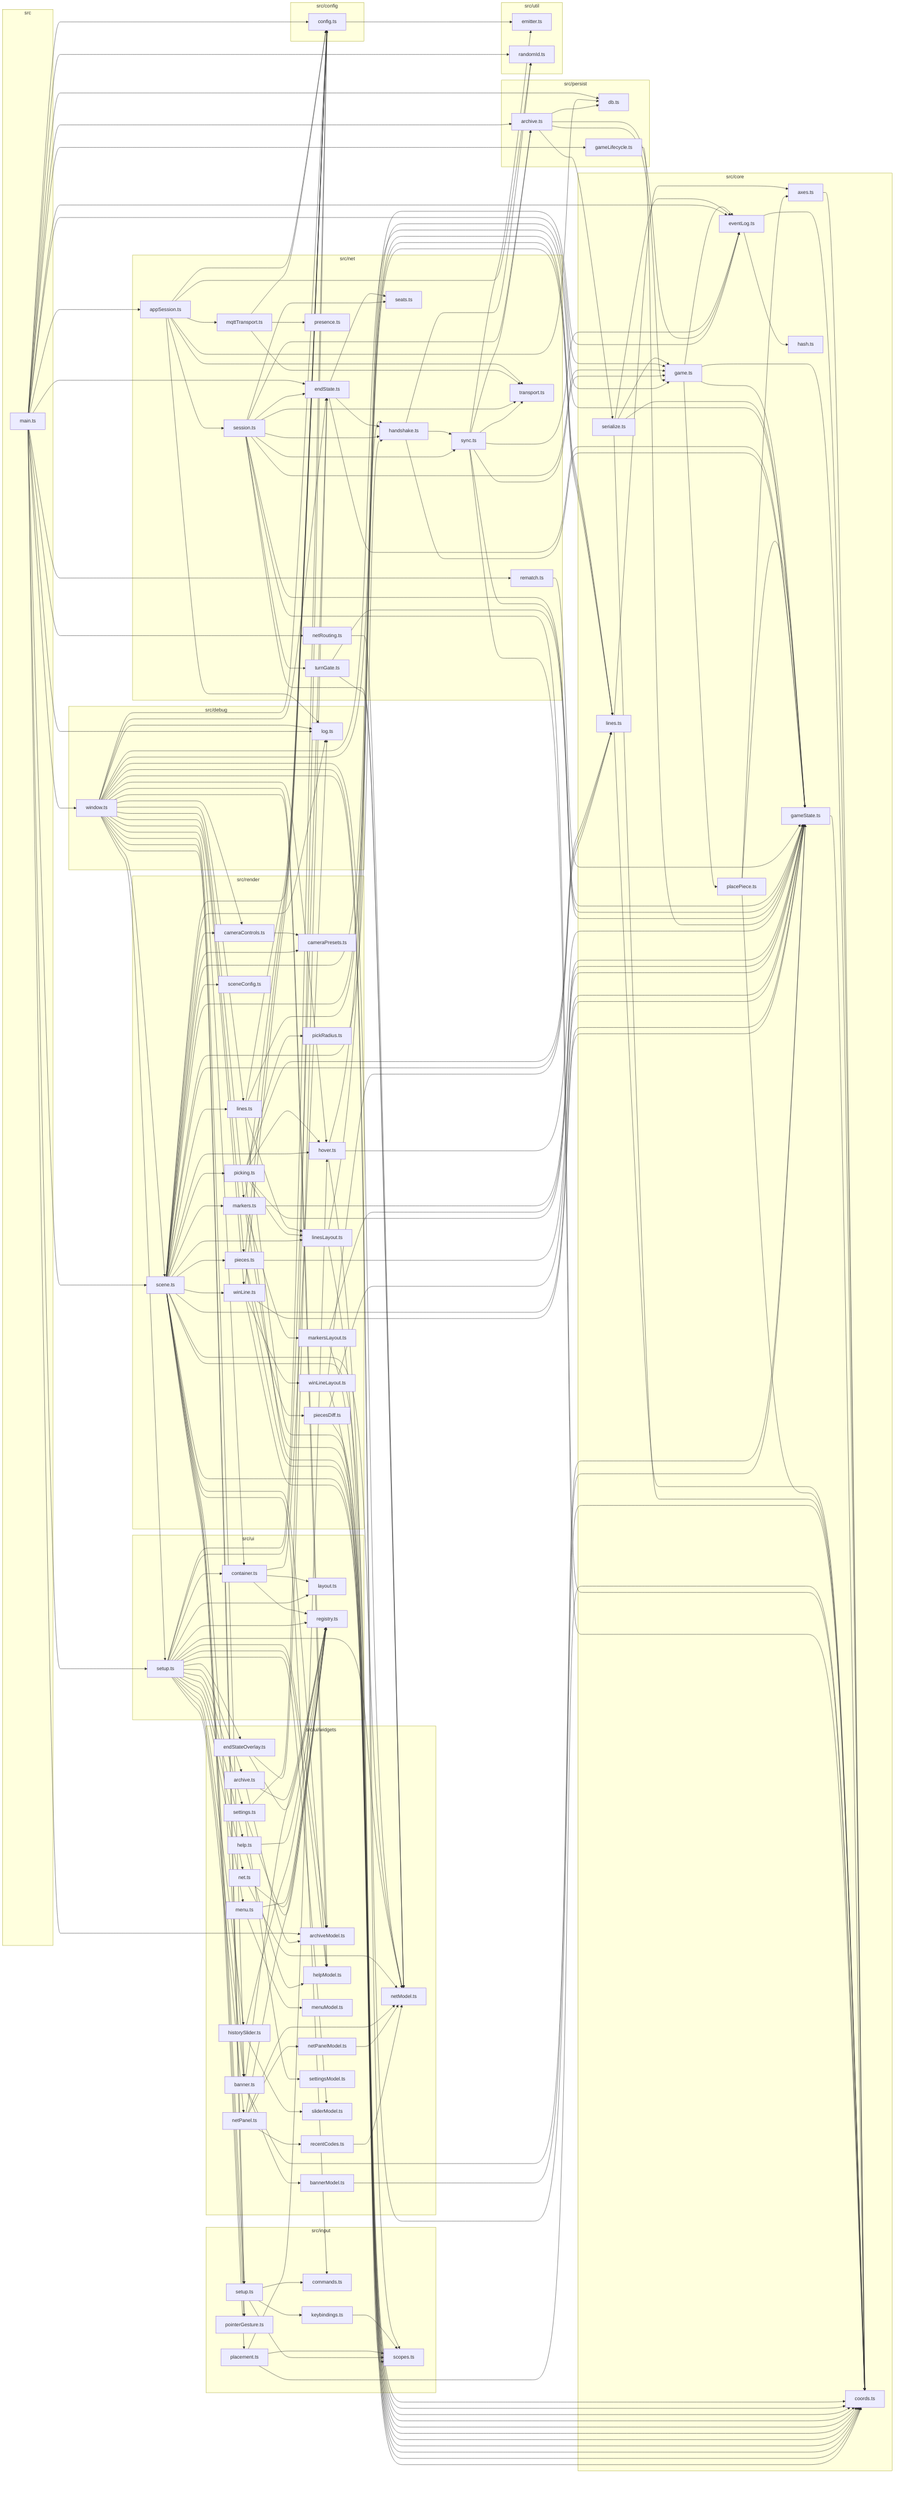
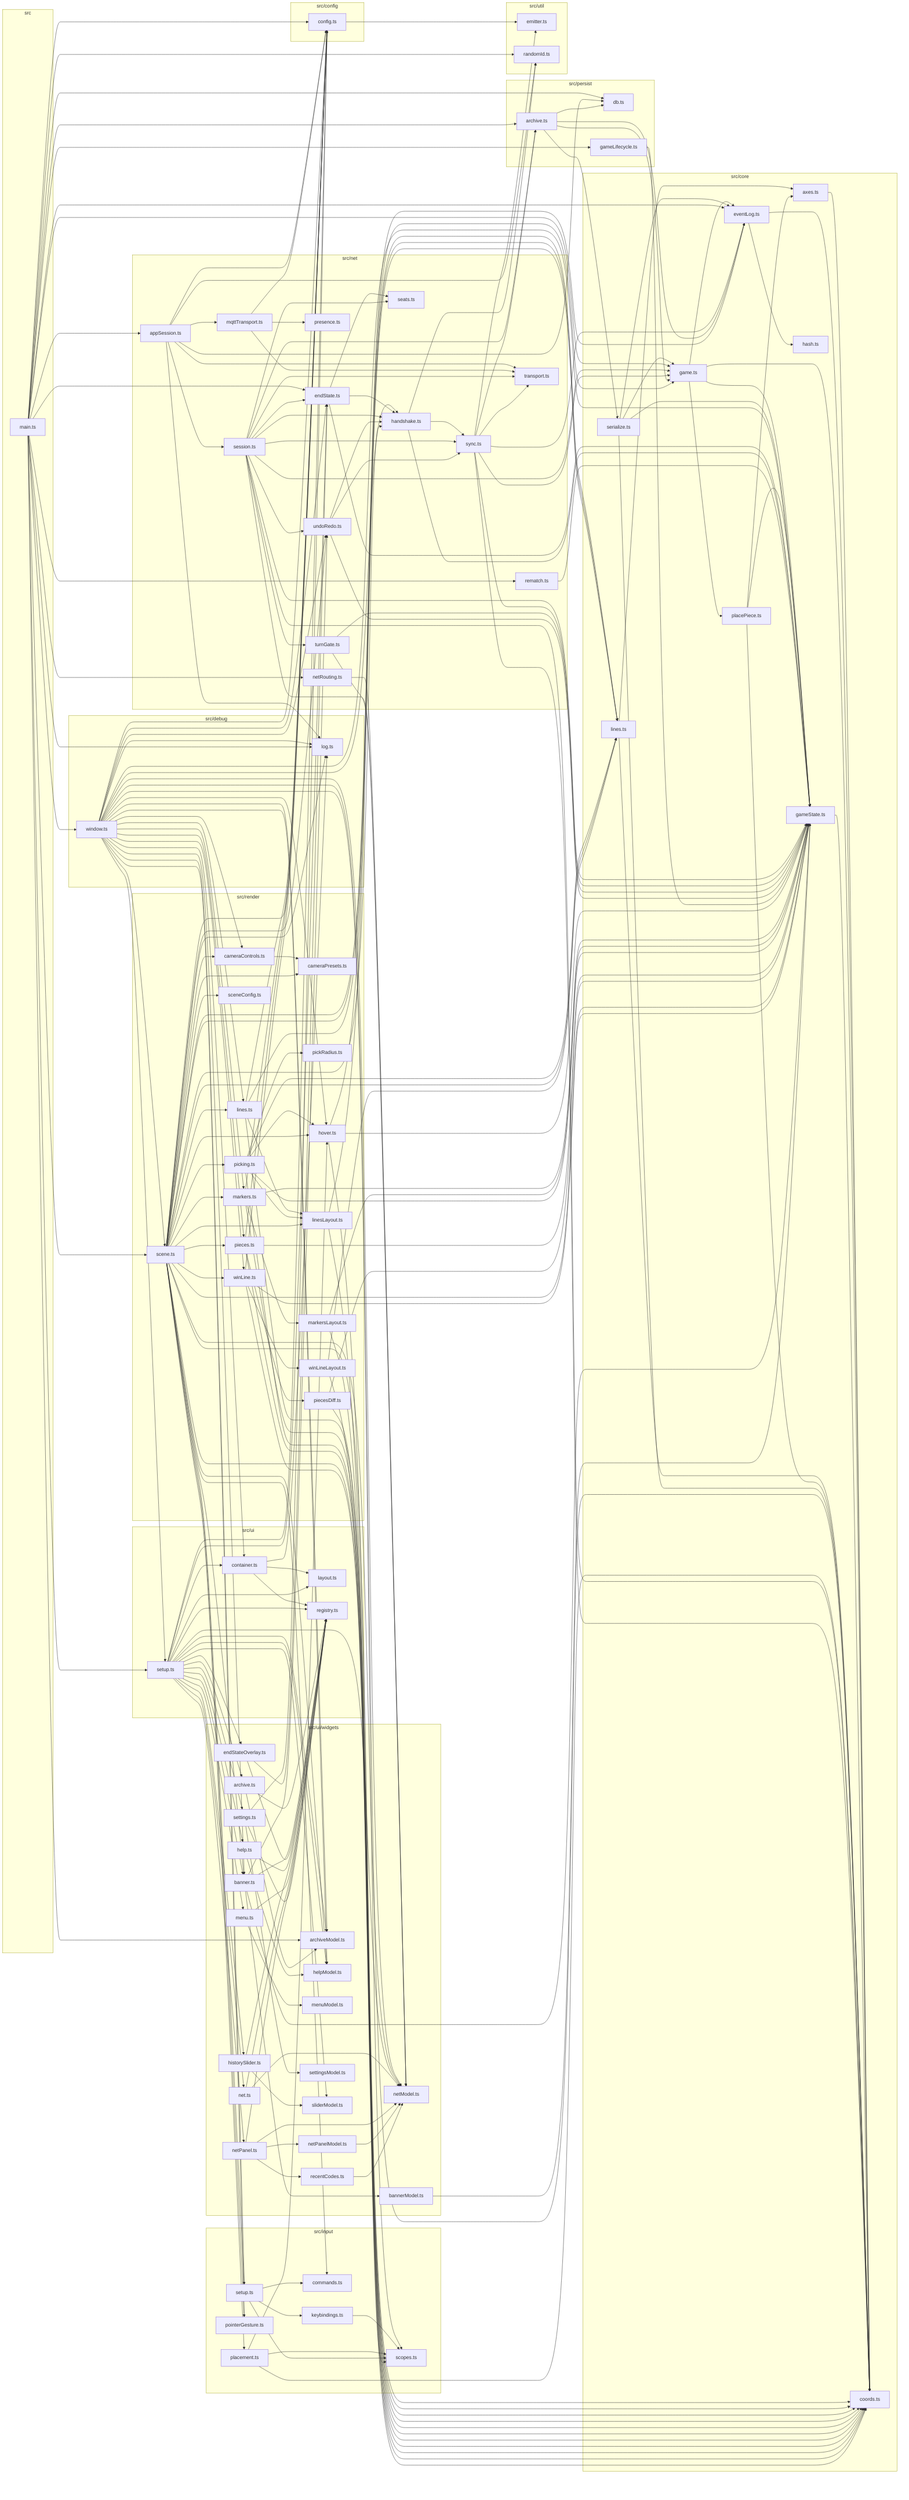
graph LR
    subgraph src
        src_main_ts["main.ts"]
    end
    subgraph src/config
        src_config_config_ts["config.ts"]
    end
    subgraph src/core
        src_core_axes_ts["axes.ts"]
        src_core_coords_ts["coords.ts"]
        src_core_eventLog_ts["eventLog.ts"]
        src_core_game_ts["game.ts"]
        src_core_gameState_ts["gameState.ts"]
        src_core_hash_ts["hash.ts"]
        src_core_lines_ts["lines.ts"]
        src_core_placePiece_ts["placePiece.ts"]
        src_core_serialize_ts["serialize.ts"]
    end
    subgraph src/debug
        src_debug_log_ts["log.ts"]
        src_debug_window_ts["window.ts"]
    end
    subgraph src/input
        src_input_commands_ts["commands.ts"]
        src_input_keybindings_ts["keybindings.ts"]
        src_input_placement_ts["placement.ts"]
        src_input_pointerGesture_ts["pointerGesture.ts"]
        src_input_scopes_ts["scopes.ts"]
        src_input_setup_ts["setup.ts"]
    end
    subgraph src/net
        src_net_appSession_ts["appSession.ts"]
        src_net_endState_ts["endState.ts"]
        src_net_handshake_ts["handshake.ts"]
        src_net_mqttTransport_ts["mqttTransport.ts"]
        src_net_netRouting_ts["netRouting.ts"]
        src_net_presence_ts["presence.ts"]
        src_net_rematch_ts["rematch.ts"]
        src_net_seats_ts["seats.ts"]
        src_net_session_ts["session.ts"]
        src_net_sync_ts["sync.ts"]
        src_net_transport_ts["transport.ts"]
        src_net_turnGate_ts["turnGate.ts"]
+         src_net_undoRedo_ts["undoRedo.ts"]
    end
    subgraph src/persist
        src_persist_archive_ts["archive.ts"]
        src_persist_db_ts["db.ts"]
        src_persist_gameLifecycle_ts["gameLifecycle.ts"]
    end
    subgraph src/render
        src_render_cameraControls_ts["cameraControls.ts"]
        src_render_cameraPresets_ts["cameraPresets.ts"]
        src_render_hover_ts["hover.ts"]
        src_render_lines_ts["lines.ts"]
        src_render_linesLayout_ts["linesLayout.ts"]
        src_render_markers_ts["markers.ts"]
        src_render_markersLayout_ts["markersLayout.ts"]
        src_render_pickRadius_ts["pickRadius.ts"]
        src_render_picking_ts["picking.ts"]
        src_render_pieces_ts["pieces.ts"]
        src_render_piecesDiff_ts["piecesDiff.ts"]
        src_render_scene_ts["scene.ts"]
        src_render_sceneConfig_ts["sceneConfig.ts"]
        src_render_winLine_ts["winLine.ts"]
        src_render_winLineLayout_ts["winLineLayout.ts"]
    end
    subgraph src/ui
        src_ui_container_ts["container.ts"]
        src_ui_layout_ts["layout.ts"]
        src_ui_registry_ts["registry.ts"]
        src_ui_setup_ts["setup.ts"]
    end
    subgraph src/ui/widgets
        src_ui_widgets_archive_ts["archive.ts"]
        src_ui_widgets_archiveModel_ts["archiveModel.ts"]
        src_ui_widgets_banner_ts["banner.ts"]
        src_ui_widgets_bannerModel_ts["bannerModel.ts"]
        src_ui_widgets_endStateOverlay_ts["endStateOverlay.ts"]
        src_ui_widgets_help_ts["help.ts"]
        src_ui_widgets_helpModel_ts["helpModel.ts"]
        src_ui_widgets_historySlider_ts["historySlider.ts"]
        src_ui_widgets_menu_ts["menu.ts"]
        src_ui_widgets_menuModel_ts["menuModel.ts"]
        src_ui_widgets_net_ts["net.ts"]
        src_ui_widgets_netModel_ts["netModel.ts"]
        src_ui_widgets_netPanel_ts["netPanel.ts"]
        src_ui_widgets_netPanelModel_ts["netPanelModel.ts"]
        src_ui_widgets_recentCodes_ts["recentCodes.ts"]
        src_ui_widgets_settings_ts["settings.ts"]
        src_ui_widgets_settingsModel_ts["settingsModel.ts"]
        src_ui_widgets_sliderModel_ts["sliderModel.ts"]
    end
    subgraph src/util
        src_util_emitter_ts["emitter.ts"]
        src_util_randomId_ts["randomId.ts"]
    end
    src_config_config_ts --> src_util_emitter_ts
    src_core_axes_ts --> src_core_coords_ts
    src_core_eventLog_ts --> src_core_coords_ts
    src_core_eventLog_ts --> src_core_hash_ts
    src_core_game_ts --> src_core_coords_ts
    src_core_game_ts --> src_core_eventLog_ts
    src_core_game_ts --> src_core_gameState_ts
    src_core_game_ts --> src_core_placePiece_ts
    src_core_gameState_ts --> src_core_coords_ts
    src_core_lines_ts --> src_core_axes_ts
    src_core_lines_ts --> src_core_coords_ts
    src_core_placePiece_ts --> src_core_axes_ts
    src_core_placePiece_ts --> src_core_coords_ts
    src_core_placePiece_ts --> src_core_gameState_ts
    src_core_serialize_ts --> src_core_coords_ts
    src_core_serialize_ts --> src_core_eventLog_ts
    src_core_serialize_ts --> src_core_game_ts
    src_core_serialize_ts --> src_core_gameState_ts
    src_debug_window_ts --> src_config_config_ts
    src_debug_window_ts --> src_core_coords_ts
    src_debug_window_ts --> src_core_gameState_ts
    src_debug_window_ts --> src_debug_log_ts
    src_debug_window_ts --> src_input_pointerGesture_ts
    src_debug_window_ts --> src_input_scopes_ts
    src_debug_window_ts --> src_input_setup_ts
    src_debug_window_ts --> src_net_endState_ts
    src_debug_window_ts --> src_net_handshake_ts
+     src_debug_window_ts --> src_net_undoRedo_ts
    src_debug_window_ts --> src_render_cameraControls_ts
    src_debug_window_ts --> src_render_hover_ts
    src_debug_window_ts --> src_render_lines_ts
    src_debug_window_ts --> src_render_markers_ts
    src_debug_window_ts --> src_render_pieces_ts
    src_debug_window_ts --> src_render_scene_ts
    src_debug_window_ts --> src_render_winLine_ts
    src_debug_window_ts --> src_ui_container_ts
    src_debug_window_ts --> src_ui_setup_ts
    src_debug_window_ts --> src_ui_widgets_archiveModel_ts
    src_debug_window_ts --> src_ui_widgets_banner_ts
    src_debug_window_ts --> src_ui_widgets_helpModel_ts
    src_debug_window_ts --> src_ui_widgets_netModel_ts
    src_input_keybindings_ts --> src_input_scopes_ts
    src_input_placement_ts --> src_core_coords_ts
    src_input_placement_ts --> src_input_scopes_ts
    src_input_placement_ts --> src_render_hover_ts
    src_input_setup_ts --> src_input_commands_ts
    src_input_setup_ts --> src_input_keybindings_ts
    src_input_setup_ts --> src_input_scopes_ts
    src_main_ts --> src_config_config_ts
    src_main_ts --> src_core_eventLog_ts
    src_main_ts --> src_core_game_ts
    src_main_ts --> src_debug_log_ts
    src_main_ts --> src_debug_window_ts
    src_main_ts --> src_net_appSession_ts
    src_main_ts --> src_net_endState_ts
    src_main_ts --> src_net_netRouting_ts
    src_main_ts --> src_net_rematch_ts
    src_main_ts --> src_persist_archive_ts
    src_main_ts --> src_persist_db_ts
    src_main_ts --> src_persist_gameLifecycle_ts
    src_main_ts --> src_render_scene_ts
    src_main_ts --> src_ui_setup_ts
    src_main_ts --> src_ui_widgets_archiveModel_ts
    src_main_ts --> src_util_randomId_ts
    src_net_appSession_ts --> src_config_config_ts
    src_net_appSession_ts --> src_debug_log_ts
    src_net_appSession_ts --> src_net_mqttTransport_ts
    src_net_appSession_ts --> src_net_session_ts
    src_net_appSession_ts --> src_net_transport_ts
    src_net_appSession_ts --> src_persist_db_ts
    src_net_appSession_ts --> src_util_randomId_ts
    src_net_endState_ts --> src_core_gameState_ts
    src_net_endState_ts --> src_net_handshake_ts
    src_net_endState_ts --> src_net_seats_ts
    src_net_handshake_ts --> src_core_gameState_ts
    src_net_handshake_ts --> src_net_sync_ts
    src_net_handshake_ts --> src_util_randomId_ts
    src_net_mqttTransport_ts --> src_config_config_ts
    src_net_mqttTransport_ts --> src_net_presence_ts
    src_net_mqttTransport_ts --> src_net_transport_ts
    src_net_netRouting_ts --> src_ui_widgets_netModel_ts
    src_net_rematch_ts --> src_core_gameState_ts
    src_net_session_ts --> src_core_coords_ts
    src_net_session_ts --> src_core_game_ts
    src_net_session_ts --> src_core_gameState_ts
    src_net_session_ts --> src_net_endState_ts
    src_net_session_ts --> src_net_handshake_ts
    src_net_session_ts --> src_net_seats_ts
    src_net_session_ts --> src_net_sync_ts
    src_net_session_ts --> src_net_transport_ts
    src_net_session_ts --> src_net_turnGate_ts
+     src_net_session_ts --> src_net_undoRedo_ts
    src_net_session_ts --> src_persist_archive_ts
    src_net_session_ts --> src_ui_widgets_netModel_ts
    src_net_sync_ts --> src_core_coords_ts
    src_net_sync_ts --> src_core_eventLog_ts
    src_net_sync_ts --> src_core_game_ts
    src_net_sync_ts --> src_core_gameState_ts
    src_net_sync_ts --> src_net_transport_ts
    src_net_sync_ts --> src_persist_archive_ts
    src_net_sync_ts --> src_util_emitter_ts
    src_net_turnGate_ts --> src_core_gameState_ts
    src_net_turnGate_ts --> src_ui_widgets_netModel_ts
+     src_net_undoRedo_ts --> src_core_gameState_ts
+     src_net_undoRedo_ts --> src_net_handshake_ts
+     src_net_undoRedo_ts --> src_net_sync_ts
    src_persist_archive_ts --> src_core_eventLog_ts
    src_persist_archive_ts --> src_core_game_ts
    src_persist_archive_ts --> src_core_serialize_ts
    src_persist_archive_ts --> src_persist_db_ts
    src_persist_gameLifecycle_ts --> src_core_gameState_ts
    src_render_cameraControls_ts --> src_render_cameraPresets_ts
    src_render_hover_ts --> src_core_coords_ts
    src_render_hover_ts --> src_core_gameState_ts
    src_render_hover_ts --> src_core_lines_ts
    src_render_lines_ts --> src_config_config_ts
    src_render_lines_ts --> src_core_coords_ts
    src_render_lines_ts --> src_core_lines_ts
    src_render_lines_ts --> src_render_linesLayout_ts
    src_render_linesLayout_ts --> src_core_coords_ts
    src_render_linesLayout_ts --> src_core_lines_ts
    src_render_markers_ts --> src_config_config_ts
    src_render_markers_ts --> src_core_coords_ts
    src_render_markers_ts --> src_core_gameState_ts
    src_render_markers_ts --> src_render_markersLayout_ts
    src_render_markersLayout_ts --> src_core_coords_ts
    src_render_markersLayout_ts --> src_core_gameState_ts
    src_render_picking_ts --> src_core_coords_ts
    src_render_picking_ts --> src_core_gameState_ts
    src_render_picking_ts --> src_core_lines_ts
    src_render_picking_ts --> src_render_hover_ts
    src_render_picking_ts --> src_render_linesLayout_ts
    src_render_picking_ts --> src_render_pickRadius_ts
    src_render_pieces_ts --> src_config_config_ts
    src_render_pieces_ts --> src_core_coords_ts
    src_render_pieces_ts --> src_core_gameState_ts
    src_render_pieces_ts --> src_render_piecesDiff_ts
    src_render_piecesDiff_ts --> src_core_coords_ts
    src_render_piecesDiff_ts --> src_core_gameState_ts
    src_render_scene_ts --> src_config_config_ts
    src_render_scene_ts --> src_core_coords_ts
    src_render_scene_ts --> src_core_eventLog_ts
    src_render_scene_ts --> src_core_game_ts
    src_render_scene_ts --> src_core_gameState_ts
    src_render_scene_ts --> src_core_lines_ts
    src_render_scene_ts --> src_debug_log_ts
    src_render_scene_ts --> src_input_commands_ts
    src_render_scene_ts --> src_input_placement_ts
    src_render_scene_ts --> src_input_pointerGesture_ts
    src_render_scene_ts --> src_input_scopes_ts
    src_render_scene_ts --> src_input_setup_ts
    src_render_scene_ts --> src_net_handshake_ts
+     src_render_scene_ts --> src_net_undoRedo_ts
    src_render_scene_ts --> src_render_cameraControls_ts
    src_render_scene_ts --> src_render_cameraPresets_ts
    src_render_scene_ts --> src_render_hover_ts
    src_render_scene_ts --> src_render_lines_ts
    src_render_scene_ts --> src_render_linesLayout_ts
    src_render_scene_ts --> src_render_markers_ts
    src_render_scene_ts --> src_render_picking_ts
    src_render_scene_ts --> src_render_pieces_ts
    src_render_scene_ts --> src_render_sceneConfig_ts
    src_render_scene_ts --> src_render_winLine_ts
    src_render_scene_ts --> src_ui_widgets_banner_ts
    src_render_scene_ts --> src_ui_widgets_helpModel_ts
    src_render_scene_ts --> src_ui_widgets_netModel_ts
    src_render_winLine_ts --> src_config_config_ts
    src_render_winLine_ts --> src_core_coords_ts
    src_render_winLine_ts --> src_core_gameState_ts
    src_render_winLine_ts --> src_render_winLineLayout_ts
    src_render_winLineLayout_ts --> src_core_coords_ts
    src_render_winLineLayout_ts --> src_core_lines_ts
    src_ui_container_ts --> src_debug_log_ts
    src_ui_container_ts --> src_ui_layout_ts
    src_ui_container_ts --> src_ui_registry_ts
    src_ui_setup_ts --> src_config_config_ts
    src_ui_setup_ts --> src_net_endState_ts
    src_ui_setup_ts --> src_ui_container_ts
    src_ui_setup_ts --> src_ui_layout_ts
    src_ui_setup_ts --> src_ui_registry_ts
    src_ui_setup_ts --> src_ui_widgets_archive_ts
    src_ui_setup_ts --> src_ui_widgets_archiveModel_ts
    src_ui_setup_ts --> src_ui_widgets_banner_ts
    src_ui_setup_ts --> src_ui_widgets_endStateOverlay_ts
    src_ui_setup_ts --> src_ui_widgets_help_ts
    src_ui_setup_ts --> src_ui_widgets_helpModel_ts
    src_ui_setup_ts --> src_ui_widgets_historySlider_ts
    src_ui_setup_ts --> src_ui_widgets_menu_ts
    src_ui_setup_ts --> src_ui_widgets_net_ts
    src_ui_setup_ts --> src_ui_widgets_netModel_ts
    src_ui_setup_ts --> src_ui_widgets_netPanel_ts
    src_ui_setup_ts --> src_ui_widgets_settings_ts
    src_ui_setup_ts --> src_ui_widgets_sliderModel_ts
    src_ui_widgets_archive_ts --> src_ui_registry_ts
    src_ui_widgets_archive_ts --> src_ui_widgets_archiveModel_ts
    src_ui_widgets_banner_ts --> src_core_gameState_ts
+     src_ui_widgets_banner_ts --> src_net_undoRedo_ts
    src_ui_widgets_banner_ts --> src_ui_registry_ts
    src_ui_widgets_banner_ts --> src_ui_widgets_bannerModel_ts
    src_ui_widgets_bannerModel_ts --> src_core_gameState_ts
    src_ui_widgets_endStateOverlay_ts --> src_net_endState_ts
    src_ui_widgets_endStateOverlay_ts --> src_ui_registry_ts
    src_ui_widgets_help_ts --> src_ui_registry_ts
    src_ui_widgets_help_ts --> src_ui_widgets_helpModel_ts
    src_ui_widgets_historySlider_ts --> src_ui_registry_ts
    src_ui_widgets_historySlider_ts --> src_ui_widgets_sliderModel_ts
    src_ui_widgets_menu_ts --> src_ui_registry_ts
    src_ui_widgets_menu_ts --> src_ui_widgets_menuModel_ts
    src_ui_widgets_net_ts --> src_ui_registry_ts
    src_ui_widgets_net_ts --> src_ui_widgets_netModel_ts
    src_ui_widgets_netPanel_ts --> src_ui_registry_ts
    src_ui_widgets_netPanel_ts --> src_ui_widgets_netModel_ts
    src_ui_widgets_netPanel_ts --> src_ui_widgets_netPanelModel_ts
    src_ui_widgets_netPanel_ts --> src_ui_widgets_recentCodes_ts
    src_ui_widgets_netPanelModel_ts --> src_ui_widgets_netModel_ts
    src_ui_widgets_recentCodes_ts --> src_ui_widgets_netModel_ts
    src_ui_widgets_settings_ts --> src_config_config_ts
    src_ui_widgets_settings_ts --> src_ui_registry_ts
    src_ui_widgets_settings_ts --> src_ui_widgets_settingsModel_ts
